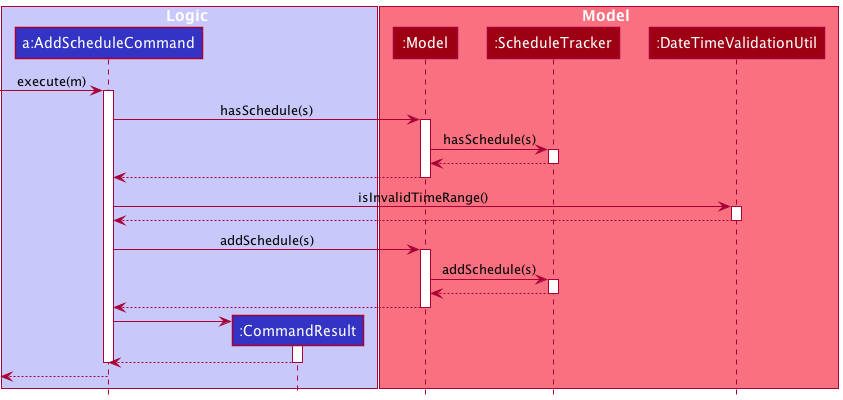
Before: docs/images/schedule/ScheduleSequenceDiagram.png, a diagram exported from PlantUML (nus-cs2103-AY2021S2/tp). Its source is kept beside it as docs/diagrams/schedule/ScheduleSequenceDiagram.puml. The source it was exported from:
```plantuml
@startuml
!include ../style.puml

box Logic LOGIC_COLOR_T1
participant "a:AddScheduleCommand" as AddScheduleCommand LOGIC_COLOR
participant ":CommandResult" as CommandResult LOGIC_COLOR
end box

box Model MODEL_COLOR_T1
participant ":Model" as Model MODEL_COLOR
participant ":ScheduleTracker" as ScheduleTracker MODEL_COLOR
participant ":DateTimeValidationUtil" as DateTimeValidationUtil MODEL_COLOR
end box

[-> AddScheduleCommand : execute(m)
activate AddScheduleCommand

AddScheduleCommand -> Model : hasSchedule(s)
activate Model
Model -> ScheduleTracker : hasSchedule(s)
activate ScheduleTracker
ScheduleTracker --> Model
deactivate ScheduleTracker
Model --> AddScheduleCommand
deactivate Model

AddScheduleCommand -> DateTimeValidationUtil : isInvalidTimeRange()
activate DateTimeValidationUtil
DateTimeValidationUtil --> AddScheduleCommand
deactivate DateTimeValidationUtil

AddScheduleCommand -> Model : addSchedule(s)
activate Model

Model -> ScheduleTracker : addSchedule(s)
activate ScheduleTracker

ScheduleTracker --> Model
deactivate ScheduleTracker

Model --> AddScheduleCommand
deactivate Model

create CommandResult
AddScheduleCommand -> CommandResult
activate CommandResult

CommandResult --> AddScheduleCommand
deactivate CommandResult

deactivate AddScheduleCommand

[<--AddScheduleCommand
deactivate AddScheduleCommand
@enduml
```
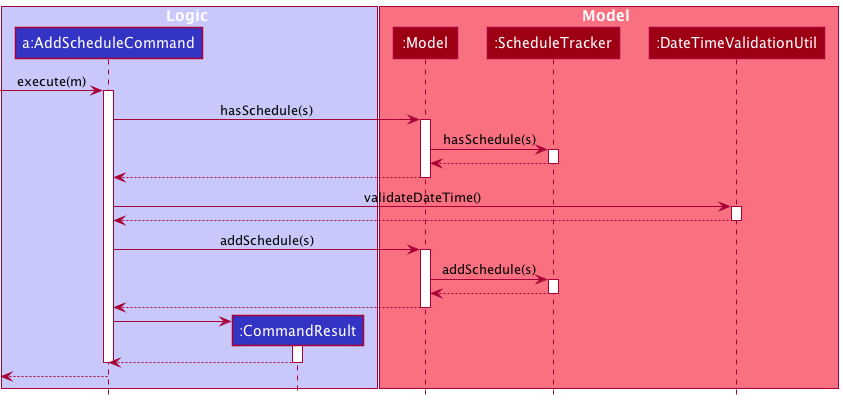
The same file after the commit.

The edit, as a diff of the source:
```diff
@@ -24,7 +24,7 @@
 Model --> AddScheduleCommand
 deactivate Model
 
-AddScheduleCommand -> DateTimeValidationUtil : isInvalidTimeRange()
+AddScheduleCommand -> DateTimeValidationUtil : validateDateTime()
 activate DateTimeValidationUtil
 DateTimeValidationUtil --> AddScheduleCommand
 deactivate DateTimeValidationUtil
```
